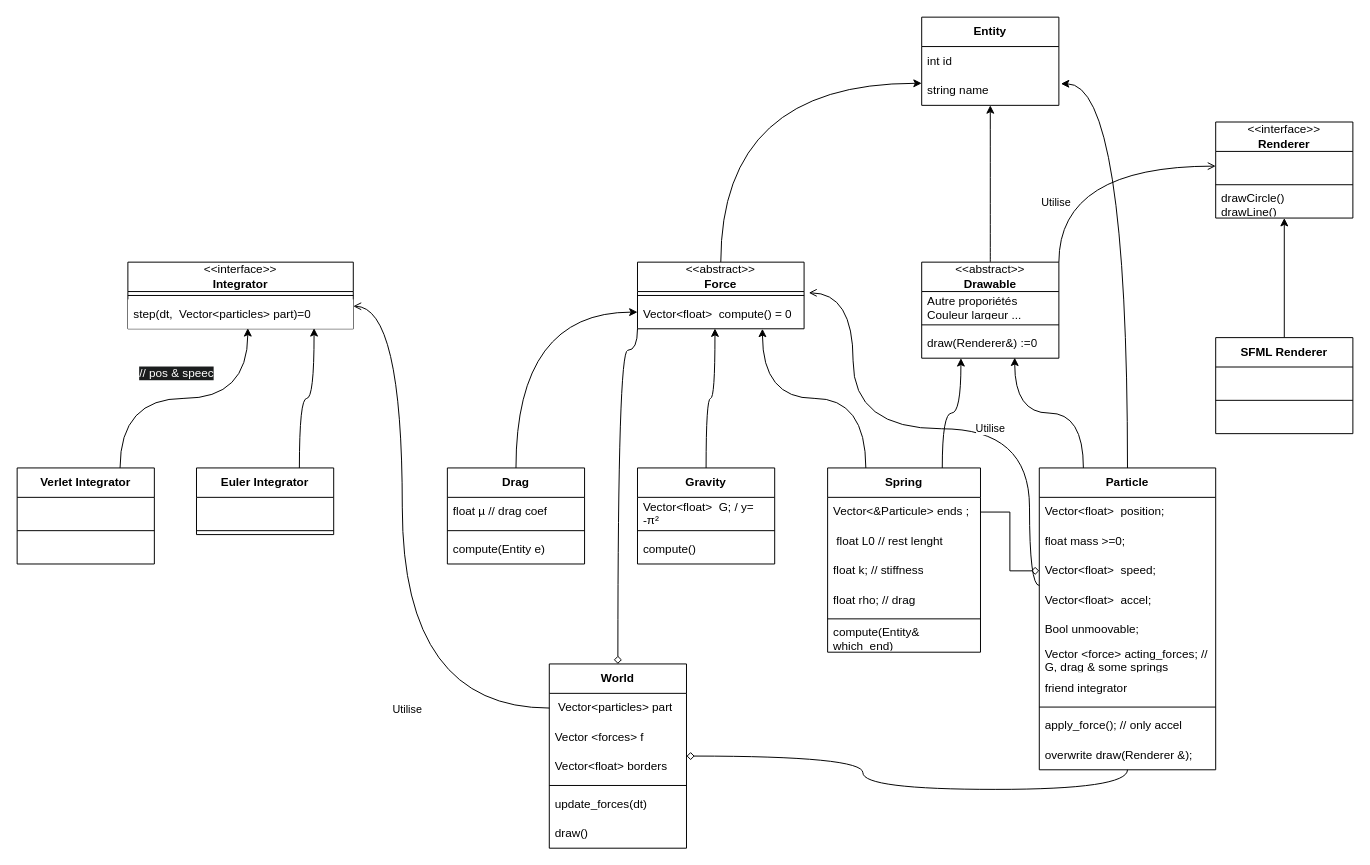
This is assets/class_diagram.drawio from Audr1c/POOProject, a draw.io file, before an edit. Source tidied: cells renumbered, new cells numbered last; positions are measured from the earlier drawing's top-left corner, leaving out a move shared by most shapes. Both pictures are drawn from the tidied source at 98%, with x=0, y=0 at pixel (17, 17).
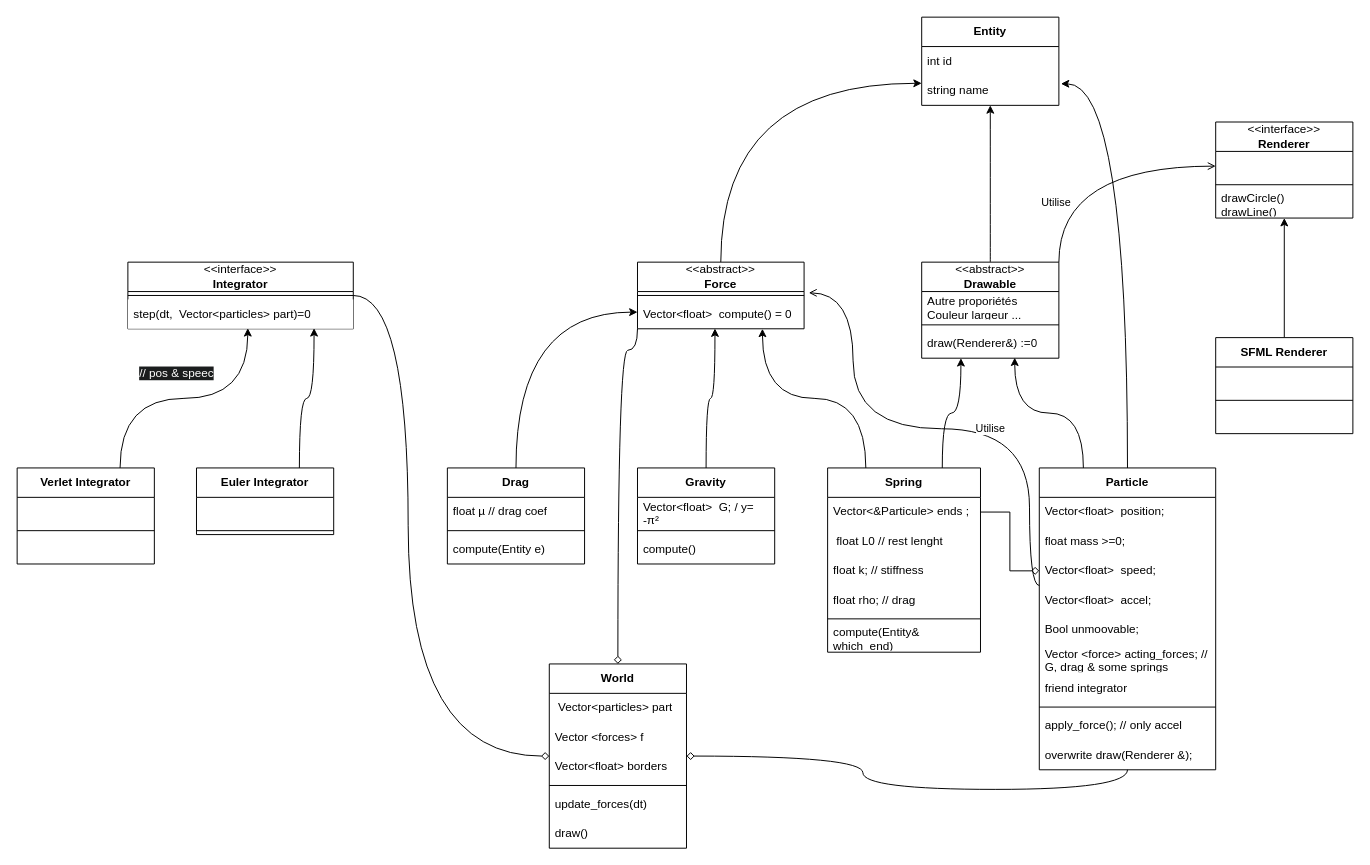
The same page after the edit.

The change refers to these unchanged cells:
```xml
<mxCell id="51" value="&lt;b&gt;World&lt;/b&gt;" style="swimlane;fontStyle=0;horizontal=1;startSize=30;whiteSpace=wrap;html=1;fillColor=light-dark(#FFFFFF,#FF6666);" parent="1" vertex="1">
  <mxGeometry x="543" y="660" width="140" height="188" as="geometry" />
</mxCell>
<mxCell id="52" value="&amp;nbsp;Vector&amp;lt;particles&amp;gt; part" style="text;strokeColor=none;fillColor=none;align=left;verticalAlign=middle;spacingLeft=4;spacingRight=4;overflow=hidden;points=[[0,0.5],[1,0.5]];portConstraint=eastwest;whiteSpace=wrap;html=1;" parent="51" vertex="1">
  <mxGeometry y="30" width="140" height="30" as="geometry" />
</mxCell>
<mxCell id="58" value="&amp;lt;&amp;lt;interface&amp;gt;&amp;gt;&lt;div&gt;&lt;b&gt;Integrator&lt;/b&gt;&lt;/div&gt;" style="swimlane;fontStyle=0;horizontal=1;startSize=30;whiteSpace=wrap;html=1;fillColor=light-dark(#FFFFFF,#FF6666);" parent="1" vertex="1">
  <mxGeometry x="113" y="250" width="230" height="68" as="geometry" />
</mxCell>
```

Diff of the diagram source:
```diff
@@
+    <mxCell id="84" style="edgeStyle=orthogonalEdgeStyle;rounded=0;jettySize=auto;html=1;exitX=1;exitY=0.5;exitDx=0;exitDy=0;entryX=0;entryY=0.5;entryDx=0;entryDy=0;curved=1;curveGeometry=1;endArrow=diamond;endFill=0;" parent="1" edge="1" source="58" target="51">
+      <mxGeometry relative="1" as="geometry">
+        <Array as="points">
+          <mxPoint x="399" y="284" />
+          <mxPoint x="399" y="754" />
+        </Array>
+      </mxGeometry>
+    </mxCell>
@@
-    <mxCell id="68" style="edgeStyle=orthogonalEdgeStyle;rounded=0;jettySize=auto;html=1;exitX=0;exitY=0.5;exitDx=0;exitDy=0;entryX=1;entryY=0.5;entryDx=0;entryDy=0;curved=1;curveGeometry=1;endArrow=open;endFill=0;" parent="1" edge="1" source="52">
-      <mxGeometry relative="1" as="geometry">
-        <mxPoint x="343" y="295" as="targetPoint" />
-        <Array as="points">
-          <mxPoint x="393" y="705" />
-          <mxPoint x="393" y="295" />
-        </Array>
-      </mxGeometry>
-    </mxCell>
-    <mxCell id="69" value="Utilise" style="edgeLabel;html=1;align=center;verticalAlign=middle;" parent="68" vertex="1">
-      <mxGeometry x="-0.52" y="1" relative="1" as="geometry" />
-    </mxCell>
```
